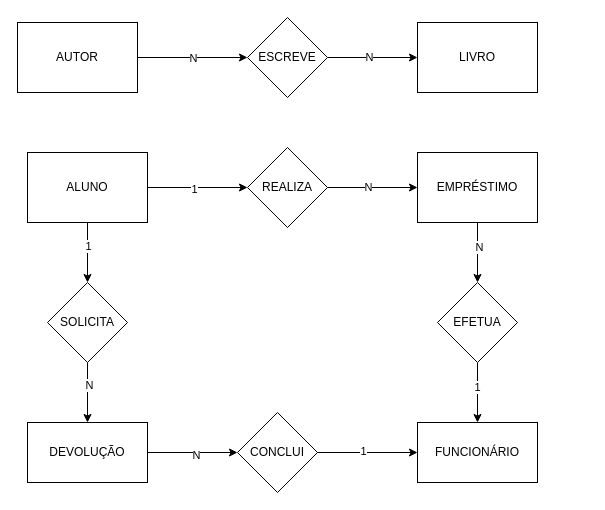
This is 02/biblioteca-conceitual.drawio from RaphaMitter/Banco-de-Dados--Senac, a draw.io file, before an edit. Source tidied: cells renumbered, new cells numbered last; positions are measured from the earlier drawing's top-left corner, leaving out a move shared by most shapes. Both pictures are drawn from the tidied source at 100%, with x=0, y=0 at pixel (17, 17).
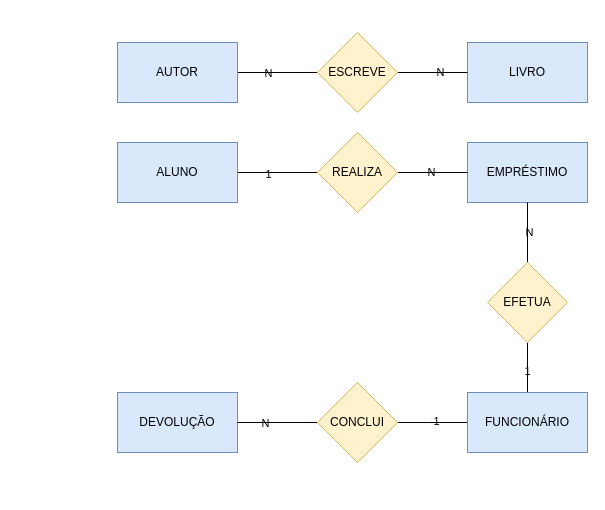
The same diagram, later.

The edit, as a diff of the source:
```diff
@@
+    <mxCell id="33" style="edgeStyle=orthogonalEdgeStyle;rounded=0;jettySize=auto;html=1;entryX=0;entryY=0.5;entryDx=0;entryDy=0;endArrow=none;endFill=0;labelBackgroundColor=none;labelBorderColor=none;" parent="1" edge="1" source="2" target="18">
+      <mxGeometry relative="1" as="geometry" />
+    </mxCell>
+    <mxCell id="34" value="N" style="edgeLabel;html=1;align=center;verticalAlign=middle;labelBackgroundColor=none;labelBorderColor=none;" parent="33" vertex="1">
+      <mxGeometry x="-0.24" relative="1" as="geometry" />
+    </mxCell>
-    <mxCell id="2" value="AUTOR" style="rounded=0;whiteSpace=wrap;html=1;" parent="1" vertex="1">
-      <mxGeometry y="5" width="120" height="70" as="geometry" />
+    <mxCell id="2" value="AUTOR" style="rounded=0;whiteSpace=wrap;html=1;fillColor=#dae8fc;strokeColor=#6c8ebf;labelBackgroundColor=none;labelBorderColor=none;fontColor=#000000;" parent="1" vertex="1">
+      <mxGeometry x="100" y="25" width="120" height="60" as="geometry" />
     </mxCell>
-    <mxCell id="3" value="LIVRO" style="rounded=0;whiteSpace=wrap;html=1;" parent="1" vertex="1">
-      <mxGeometry x="400" y="5" width="120" height="70" as="geometry" />
+    <mxCell id="3" value="LIVRO" style="rounded=0;whiteSpace=wrap;html=1;fillColor=#dae8fc;strokeColor=#6c8ebf;labelBackgroundColor=none;labelBorderColor=none;fontColor=#000000;" parent="1" vertex="1">
+      <mxGeometry x="450" y="25" width="120" height="60" as="geometry" />
     </mxCell>
-    <mxCell id="4" style="edgeStyle=orthogonalEdgeStyle;rounded=0;jettySize=auto;html=1;exitX=1;exitY=0.5;exitDx=0;exitDy=0;entryX=0;entryY=0.5;entryDx=0;entryDy=0;" parent="1" edge="1" source="8" target="21">
+    <mxCell id="4" style="edgeStyle=orthogonalEdgeStyle;rounded=0;jettySize=auto;html=1;entryX=0;entryY=0.5;entryDx=0;entryDy=0;endArrow=none;endFill=0;labelBackgroundColor=none;labelBorderColor=none;" parent="1" edge="1" source="8" target="21">
       <mxGeometry relative="1" as="geometry" />
     </mxCell>
-    <mxCell id="5" value="1" style="edgeLabel;html=1;align=center;verticalAlign=middle;" parent="4" vertex="1">
-      <mxGeometry x="-0.08" y="-1" relative="1" as="geometry" />
-    </mxCell>
-    <mxCell id="6" style="edgeStyle=orthogonalEdgeStyle;rounded=0;jettySize=auto;html=1;exitX=0.5;exitY=1;exitDx=0;exitDy=0;entryX=0.5;entryY=0;entryDx=0;entryDy=0;" parent="1" edge="1" source="8" target="29">
-      <mxGeometry relative="1" as="geometry" />
-    </mxCell>
-    <mxCell id="7" value="1" style="edgeLabel;html=1;align=center;verticalAlign=middle;" parent="6" vertex="1">
-      <mxGeometry x="-0.23" relative="1" as="geometry" />
-    </mxCell>
+    <mxCell id="35" value="1" style="edgeLabel;html=1;align=center;verticalAlign=middle;labelBackgroundColor=none;labelBorderColor=none;" parent="4" vertex="1">
+      <mxGeometry x="-0.24" y="-1" relative="1" as="geometry" />
+    </mxCell>
-    <mxCell id="8" value="ALUNO" style="rounded=0;whiteSpace=wrap;html=1;" parent="1" vertex="1">
-      <mxGeometry x="10" y="135" width="120" height="70" as="geometry" />
+    <mxCell id="8" value="ALUNO" style="rounded=0;whiteSpace=wrap;html=1;fillColor=#dae8fc;strokeColor=#6c8ebf;labelBackgroundColor=none;labelBorderColor=none;fontColor=#000000;" parent="1" vertex="1">
+      <mxGeometry x="100" y="125" width="120" height="60" as="geometry" />
     </mxCell>
-    <mxCell id="9" style="edgeStyle=orthogonalEdgeStyle;rounded=0;jettySize=auto;html=1;exitX=0.5;exitY=1;exitDx=0;exitDy=0;entryX=0.5;entryY=0;entryDx=0;entryDy=0;" parent="1" edge="1" source="11" target="24">
-      <mxGeometry relative="1" as="geometry" />
-    </mxCell>
-    <mxCell id="10" value="N" style="edgeLabel;html=1;align=center;verticalAlign=middle;" parent="9" vertex="1">
-      <mxGeometry x="-0.2" y="1" relative="1" as="geometry" />
-    </mxCell>
+    <mxCell id="36" style="edgeStyle=orthogonalEdgeStyle;rounded=0;jettySize=auto;html=1;entryX=0.5;entryY=1;entryDx=0;entryDy=0;endArrow=none;endFill=0;labelBackgroundColor=none;labelBorderColor=none;" parent="1" edge="1" source="15" target="24">
+      <mxGeometry relative="1" as="geometry" />
+    </mxCell>
+    <mxCell id="37" value="1" style="edgeLabel;html=1;align=center;verticalAlign=middle;labelBackgroundColor=none;labelBorderColor=none;" parent="36" vertex="1">
+      <mxGeometry x="-0.13" y="1" relative="1" as="geometry" />
+    </mxCell>
+    <mxCell id="38" style="edgeStyle=orthogonalEdgeStyle;rounded=0;jettySize=auto;html=1;entryX=1;entryY=0.5;entryDx=0;entryDy=0;endArrow=none;endFill=0;labelBackgroundColor=none;labelBorderColor=none;" parent="1" edge="1" source="15" target="32">
+      <mxGeometry relative="1" as="geometry">
+        <Array as="points">
+          <mxPoint x="410" y="405" />
+          <mxPoint x="410" y="405" />
+        </Array>
+      </mxGeometry>
+    </mxCell>
+    <mxCell id="39" value="1" style="edgeLabel;html=1;align=center;verticalAlign=middle;labelBackgroundColor=none;labelBorderColor=none;" parent="38" vertex="1">
+      <mxGeometry x="-0.08" y="-2" relative="1" as="geometry" />
+    </mxCell>
+    <mxCell id="15" value="FUNCIONÁRIO" style="rounded=0;whiteSpace=wrap;html=1;fillColor=#dae8fc;strokeColor=#6c8ebf;labelBackgroundColor=none;labelBorderColor=none;fontColor=#000000;" parent="1" vertex="1">
+      <mxGeometry x="450" y="375" width="120" height="60" as="geometry" />
+    </mxCell>
-    <mxCell id="11" value="EMPRÉSTIMO" style="rounded=0;whiteSpace=wrap;html=1;" parent="1" vertex="1">
-      <mxGeometry x="400" y="135" width="120" height="70" as="geometry" />
+    <mxCell id="11" value="EMPRÉSTIMO" style="rounded=0;whiteSpace=wrap;html=1;fillColor=#dae8fc;strokeColor=#6c8ebf;labelBackgroundColor=none;labelBorderColor=none;fontColor=#000000;" parent="1" vertex="1">
+      <mxGeometry x="450" y="125" width="120" height="60" as="geometry" />
     </mxCell>
-    <mxCell id="12" style="edgeStyle=orthogonalEdgeStyle;rounded=0;jettySize=auto;html=1;exitX=1;exitY=0.5;exitDx=0;exitDy=0;entryX=0;entryY=0.5;entryDx=0;entryDy=0;" parent="1" edge="1" source="14" target="32">
-      <mxGeometry relative="1" as="geometry" />
-    </mxCell>
-    <mxCell id="13" value="N" style="edgeLabel;html=1;align=center;verticalAlign=middle;" parent="12" vertex="1">
-      <mxGeometry x="0.07" y="-2" relative="1" as="geometry" />
-    </mxCell>
-    <mxCell id="14" value="DEVOLUÇÃO" style="rounded=0;whiteSpace=wrap;html=1;" parent="1" vertex="1">
-      <mxGeometry x="10" y="405" width="120" height="60" as="geometry" />
+    <mxCell id="14" value="DEVOLUÇÃO" style="rounded=0;whiteSpace=wrap;html=1;fillColor=#dae8fc;strokeColor=#6c8ebf;labelBackgroundColor=none;labelBorderColor=none;fontColor=#000000;" parent="1" vertex="1">
+      <mxGeometry x="100" y="375" width="120" height="60" as="geometry" />
     </mxCell>
-    <mxCell id="15" value="FUNCIONÁRIO" style="rounded=0;whiteSpace=wrap;html=1;" parent="1" vertex="1">
-      <mxGeometry x="400" y="405" width="120" height="60" as="geometry" />
-    </mxCell>
-    <mxCell id="16" style="edgeStyle=orthogonalEdgeStyle;rounded=0;jettySize=auto;html=1;exitX=1;exitY=0.5;exitDx=0;exitDy=0;entryX=0;entryY=0.5;entryDx=0;entryDy=0;" parent="1" edge="1" source="18" target="3">
+    <mxCell id="16" style="edgeStyle=orthogonalEdgeStyle;rounded=0;jettySize=auto;html=1;endArrow=none;endFill=0;labelBackgroundColor=none;labelBorderColor=none;" parent="1" edge="1" source="18" target="3">
       <mxGeometry relative="1" as="geometry" />
     </mxCell>
-    <mxCell id="17" value="N" style="edgeLabel;html=1;align=center;verticalAlign=middle;" parent="16" vertex="1">
-      <mxGeometry x="-0.09" y="1" relative="1" as="geometry" />
-    </mxCell>
+    <mxCell id="40" value="N" style="edgeLabel;html=1;align=center;verticalAlign=middle;labelBackgroundColor=none;labelBorderColor=none;" parent="16" vertex="1">
+      <mxGeometry x="0.19" y="1" relative="1" as="geometry" />
+    </mxCell>
-    <mxCell id="18" value="ESCREVE" style="rhombus;whiteSpace=wrap;html=1;" parent="1" vertex="1">
-      <mxGeometry x="230" width="80" height="80" as="geometry" />
+    <mxCell id="18" value="ESCREVE" style="rhombus;whiteSpace=wrap;html=1;fillColor=#fff2cc;strokeColor=#d6b656;labelBackgroundColor=none;labelBorderColor=none;fontColor=#000000;" parent="1" vertex="1">
+      <mxGeometry x="300" y="15" width="80" height="80" as="geometry" />
     </mxCell>
-    <mxCell id="19" style="edgeStyle=orthogonalEdgeStyle;rounded=0;jettySize=auto;html=1;exitX=1;exitY=0.5;exitDx=0;exitDy=0;entryX=0;entryY=0.5;entryDx=0;entryDy=0;" parent="1" edge="1" source="21" target="11">
+    <mxCell id="19" style="edgeStyle=orthogonalEdgeStyle;rounded=0;jettySize=auto;html=1;entryX=0;entryY=0.5;entryDx=0;entryDy=0;endArrow=none;endFill=0;labelBackgroundColor=none;labelBorderColor=none;" parent="1" edge="1" source="21" target="11">
       <mxGeometry relative="1" as="geometry" />
     </mxCell>
-    <mxCell id="20" value="N" style="edgeLabel;html=1;align=center;verticalAlign=middle;" parent="19" vertex="1">
-      <mxGeometry x="-0.11" y="1" relative="1" as="geometry" />
-    </mxCell>
+    <mxCell id="41" value="N" style="edgeLabel;html=1;align=center;verticalAlign=middle;labelBackgroundColor=none;labelBorderColor=none;" parent="19" vertex="1">
+      <mxGeometry x="-0.07" y="1" relative="1" as="geometry" />
+    </mxCell>
-    <mxCell id="21" value="REALIZA" style="rhombus;whiteSpace=wrap;html=1;" parent="1" vertex="1">
-      <mxGeometry x="230" y="130" width="80" height="80" as="geometry" />
+    <mxCell id="21" value="REALIZA" style="rhombus;whiteSpace=wrap;html=1;fillColor=#fff2cc;strokeColor=#d6b656;labelBackgroundColor=none;labelBorderColor=none;fontColor=#000000;" parent="1" vertex="1">
+      <mxGeometry x="300" y="115" width="80" height="80" as="geometry" />
     </mxCell>
-    <mxCell id="22" style="edgeStyle=orthogonalEdgeStyle;rounded=0;jettySize=auto;html=1;exitX=0.5;exitY=1;exitDx=0;exitDy=0;entryX=0.5;entryY=0;entryDx=0;entryDy=0;" parent="1" edge="1" source="24" target="15">
-      <mxGeometry relative="1" as="geometry" />
-    </mxCell>
-    <mxCell id="23" value="1" style="edgeLabel;html=1;align=center;verticalAlign=middle;" parent="22" vertex="1">
-      <mxGeometry x="-0.2" y="-1" relative="1" as="geometry" />
-    </mxCell>
+    <mxCell id="42" style="edgeStyle=orthogonalEdgeStyle;rounded=0;jettySize=auto;html=1;entryX=0.5;entryY=1;entryDx=0;entryDy=0;endArrow=none;endFill=0;labelBackgroundColor=none;labelBorderColor=none;" parent="1" edge="1" source="24" target="11">
+      <mxGeometry relative="1" as="geometry" />
+    </mxCell>
+    <mxCell id="43" value="N" style="edgeLabel;html=1;align=center;verticalAlign=middle;labelBackgroundColor=none;labelBorderColor=none;" parent="42" vertex="1">
+      <mxGeometry x="0.04" y="-1" relative="1" as="geometry" />
+    </mxCell>
-    <mxCell id="24" value="EFETUA" style="rhombus;whiteSpace=wrap;html=1;" parent="1" vertex="1">
-      <mxGeometry x="420" y="265" width="80" height="80" as="geometry" />
+    <mxCell id="24" value="EFETUA" style="rhombus;whiteSpace=wrap;html=1;fillColor=#fff2cc;strokeColor=#d6b656;labelBackgroundColor=none;labelBorderColor=none;fontColor=#000000;" parent="1" vertex="1">
+      <mxGeometry x="470" y="245" width="80" height="80" as="geometry" />
     </mxCell>
-    <mxCell id="25" style="edgeStyle=orthogonalEdgeStyle;rounded=0;jettySize=auto;html=1;exitX=1;exitY=0.5;exitDx=0;exitDy=0;" parent="1" edge="1" source="2">
-      <mxGeometry relative="1" as="geometry">
-        <mxPoint x="230" y="40" as="targetPoint" />
-      </mxGeometry>
-    </mxCell>
-    <mxCell id="26" value="N" style="edgeLabel;html=1;align=center;verticalAlign=middle;" parent="25" vertex="1">
-      <mxGeometry x="0.02" relative="1" as="geometry" />
-    </mxCell>
-    <mxCell id="27" style="edgeStyle=orthogonalEdgeStyle;rounded=0;jettySize=auto;html=1;exitX=0.5;exitY=1;exitDx=0;exitDy=0;entryX=0.5;entryY=0;entryDx=0;entryDy=0;" parent="1" edge="1" source="29" target="14">
-      <mxGeometry relative="1" as="geometry" />
-    </mxCell>
-    <mxCell id="28" value="N" style="edgeLabel;html=1;align=center;verticalAlign=middle;" parent="27" vertex="1">
-      <mxGeometry x="-0.27" y="1" relative="1" as="geometry" />
-    </mxCell>
-    <mxCell id="29" value="SOLICITA" style="rhombus;whiteSpace=wrap;html=1;" parent="1" vertex="1">
-      <mxGeometry x="30" y="265" width="80" height="80" as="geometry" />
-    </mxCell>
-    <mxCell id="30" style="edgeStyle=orthogonalEdgeStyle;rounded=0;jettySize=auto;html=1;exitX=1;exitY=0.5;exitDx=0;exitDy=0;entryX=0;entryY=0.5;entryDx=0;entryDy=0;" parent="1" edge="1" source="32" target="15">
-      <mxGeometry relative="1" as="geometry" />
-    </mxCell>
-    <mxCell id="31" value="1" style="edgeLabel;html=1;align=center;verticalAlign=middle;" parent="30" vertex="1">
-      <mxGeometry x="-0.1" y="2" relative="1" as="geometry" />
-    </mxCell>
+    <mxCell id="44" style="edgeStyle=orthogonalEdgeStyle;rounded=0;jettySize=auto;html=1;entryX=1;entryY=0.5;entryDx=0;entryDy=0;endArrow=none;endFill=0;labelBackgroundColor=none;labelBorderColor=none;" parent="1" edge="1" source="32" target="14">
+      <mxGeometry relative="1" as="geometry" />
+    </mxCell>
+    <mxCell id="45" value="N" style="edgeLabel;html=1;align=center;verticalAlign=middle;labelBackgroundColor=none;labelBorderColor=none;" parent="44" vertex="1">
+      <mxGeometry x="0.33" relative="1" as="geometry" />
+    </mxCell>
-    <mxCell id="32" value="CONCLUI" style="rhombus;whiteSpace=wrap;html=1;" parent="1" vertex="1">
-      <mxGeometry x="220" y="395" width="80" height="80" as="geometry" />
+    <mxCell id="32" value="CONCLUI" style="rhombus;whiteSpace=wrap;html=1;fillColor=#fff2cc;strokeColor=#d6b656;labelBackgroundColor=none;labelBorderColor=none;fontColor=#000000;" parent="1" vertex="1">
+      <mxGeometry x="300" y="365" width="80" height="80" as="geometry" />
     </mxCell>
```
